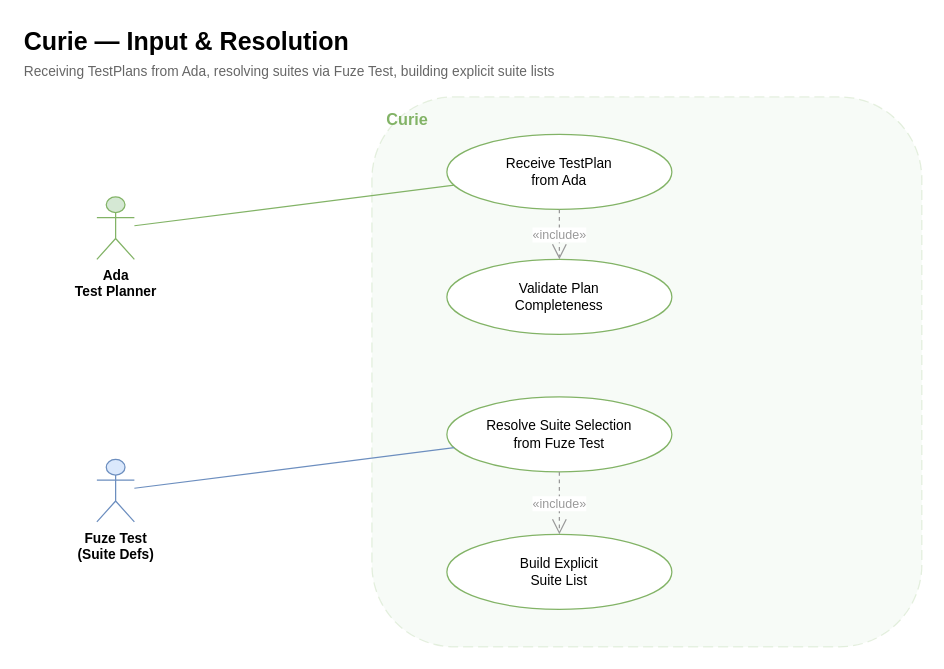
Above: page "1 — Input & Resolution" (1 of 3) of docs/diagrams/workforce/CURIE_USE_CASE.drawio in jmac-cornelis/agent-workforce (draw.io), before the change. Source tidied: cells renumbered, new cells numbered last; positions are measured from the earlier drawing's top-left corner, leaving out a move shared by most shapes. Both pictures are drawn from the tidied source at 125%, with x=0, y=0 at pixel (21, 21).
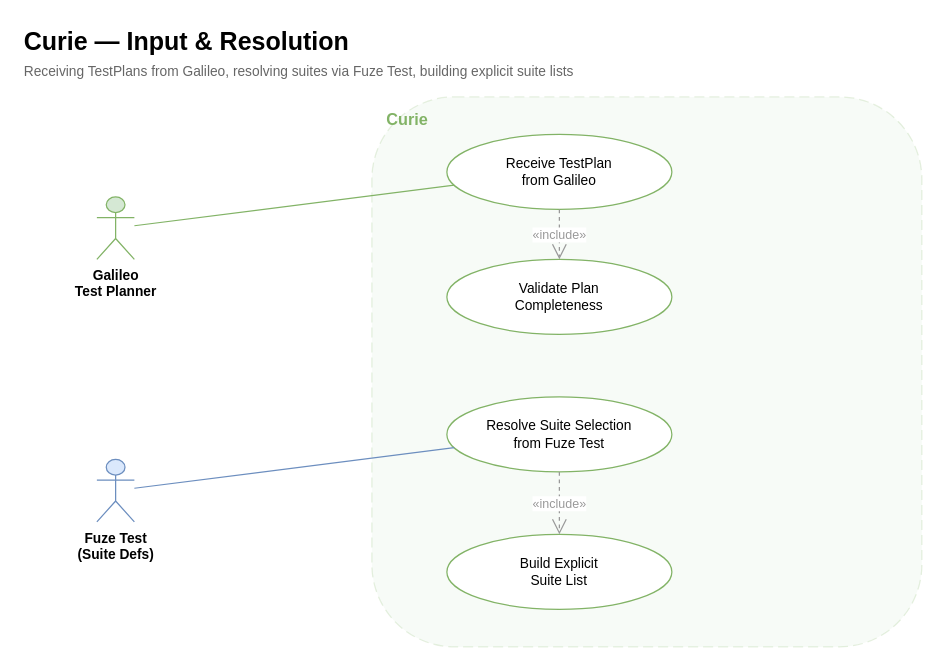
Above is the later version.

Diff of the diagram source:
```diff
@@
 <mxGraphModel>
   <root>
     <mxCell id="0" />
     <mxCell id="1" parent="0" />
     <mxCell id="2" value="Curie — Input &amp; Resolution" style="text;html=1;strokeColor=none;fillColor=none;align=left;verticalAlign=middle;fontSize=20;fontStyle=1;" parent="1" vertex="1">
       <mxGeometry width="400" height="30" as="geometry" />
     </mxCell>
-    <mxCell id="3" value="Receiving TestPlans from Ada, resolving suites via Fuze Test, building explicit suite lists" style="text;html=1;strokeColor=none;fillColor=none;align=left;verticalAlign=middle;fontSize=11;fontColor=#666666;" parent="1" vertex="1">
+    <mxCell id="3" value="Receiving TestPlans from Galileo, resolving suites via Fuze Test, building explicit suite lists" style="text;html=1;strokeColor=none;fillColor=none;align=left;verticalAlign=middle;fontSize=11;fontColor=#666666;" parent="1" vertex="1">
       <mxGeometry y="30" width="550" height="20" as="geometry" />
     </mxCell>
     <mxCell id="4" style="rounded=1;whiteSpace=wrap;html=1;fillColor=#d5e8d4;strokeColor=#82b366;opacity=20;dashed=1;dashPattern=8 4;" parent="1" vertex="1">
       <mxGeometry x="280" y="60" width="440" height="440" as="geometry" />
     </mxCell>
     <mxCell id="5" value="Curie" style="text;html=1;strokeColor=none;fillColor=none;align=left;verticalAlign=middle;fontSize=13;fontStyle=1;fontColor=#82b366;" parent="1" vertex="1">
       <mxGeometry x="290" y="65" width="120" height="25" as="geometry" />
     </mxCell>
-    <mxCell id="6" value="Ada&lt;br&gt;Test Planner" style="shape=umlActor;verticalLabelPosition=bottom;verticalAlign=top;html=1;outlineConnect=0;fontSize=11;fontStyle=1;fillColor=#d5e8d4;strokeColor=#82b366;" parent="1" vertex="1">
+    <mxCell id="6" value="Galileo&lt;br&gt;Test Planner" style="shape=umlActor;verticalLabelPosition=bottom;verticalAlign=top;html=1;outlineConnect=0;fontSize=11;fontStyle=1;fillColor=#d5e8d4;strokeColor=#82b366;" parent="1" vertex="1">
       <mxGeometry x="60" y="140" width="30" height="50" as="geometry" />
     </mxCell>
     <mxCell id="7" value="Fuze Test&lt;br&gt;(Suite Defs)" style="shape=umlActor;verticalLabelPosition=bottom;verticalAlign=top;html=1;outlineConnect=0;fontSize=11;fontStyle=1;fillColor=#dae8fc;strokeColor=#6c8ebf;" parent="1" vertex="1">
       <mxGeometry x="60" y="350" width="30" height="50" as="geometry" />
     </mxCell>
-    <mxCell id="8" value="Receive TestPlan&lt;br&gt;from Ada" style="ellipse;whiteSpace=wrap;html=1;fillColor=#ffffff;strokeColor=#82b366;fontSize=11;" parent="1" vertex="1">
+    <mxCell id="8" value="Receive TestPlan&lt;br&gt;from Galileo" style="ellipse;whiteSpace=wrap;html=1;fillColor=#ffffff;strokeColor=#82b366;fontSize=11;" parent="1" vertex="1">
       <mxGeometry x="340" y="90" width="180" height="60" as="geometry" />
     </mxCell>
     <mxCell id="9" value="Validate Plan&lt;br&gt;Completeness" style="ellipse;whiteSpace=wrap;html=1;fillColor=#ffffff;strokeColor=#82b366;fontSize=11;" parent="1" vertex="1">
       <mxGeometry x="340" y="190" width="180" height="60" as="geometry" />
     </mxCell>
     <mxCell id="10" value="Resolve Suite Selection&lt;br&gt;from Fuze Test" style="ellipse;whiteSpace=wrap;html=1;fillColor=#ffffff;strokeColor=#82b366;fontSize=11;" parent="1" vertex="1">
       <mxGeometry x="340" y="300" width="180" height="60" as="geometry" />
     </mxCell>
     <mxCell id="11" value="Build Explicit&lt;br&gt;Suite List" style="ellipse;whiteSpace=wrap;html=1;fillColor=#ffffff;strokeColor=#82b366;fontSize=11;" parent="1" vertex="1">
       <mxGeometry x="340" y="410" width="180" height="60" as="geometry" />
     </mxCell>
     <mxCell id="12" style="endArrow=none;html=1;strokeColor=#82b366;" parent="1" edge="1" source="6" target="8">
       <mxGeometry relative="1" as="geometry" />
     </mxCell>
     <mxCell id="13" style="endArrow=none;html=1;strokeColor=#6c8ebf;" parent="1" edge="1" source="7" target="10">
       <mxGeometry relative="1" as="geometry" />
     </mxCell>
     <mxCell id="14" value="&amp;laquo;include&amp;raquo;" style="endArrow=open;endSize=10;dashed=1;html=1;strokeColor=#999999;fontSize=10;fontColor=#999999;" parent="1" edge="1" source="8" target="9">
       <mxGeometry relative="1" as="geometry" />
     </mxCell>
     <mxCell id="15" value="&amp;laquo;include&amp;raquo;" style="endArrow=open;endSize=10;dashed=1;html=1;strokeColor=#999999;fontSize=10;fontColor=#999999;" parent="1" edge="1" source="10" target="11">
       <mxGeometry relative="1" as="geometry" />
     </mxCell>
   </root>
 </mxGraphModel>
```
